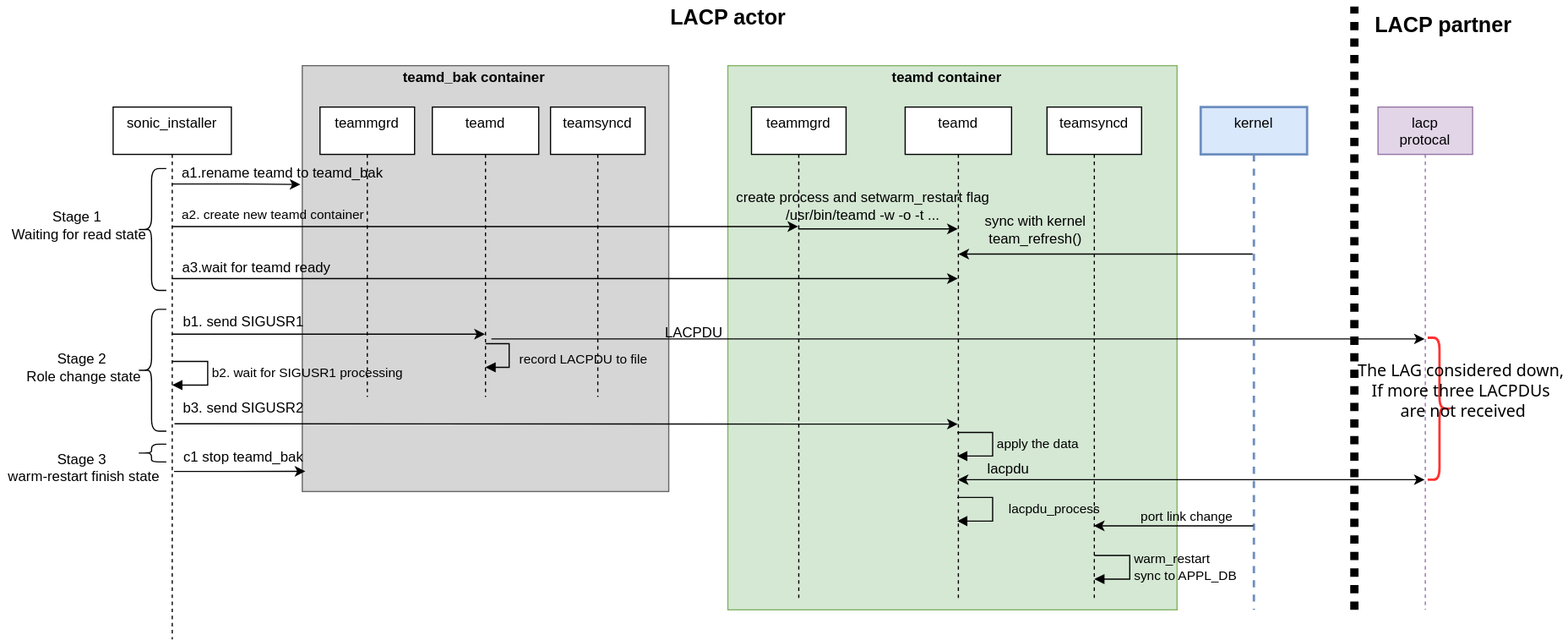
The draw.io diagram doc/lag/images/teamd_smooth_upgrade_flow.svg in sonic-net/SONiC, before a commit. Source tidied: cells renumbered, new cells last; positions are measured from the earlier drawing's top-left corner, leaving out a move shared by most shapes.
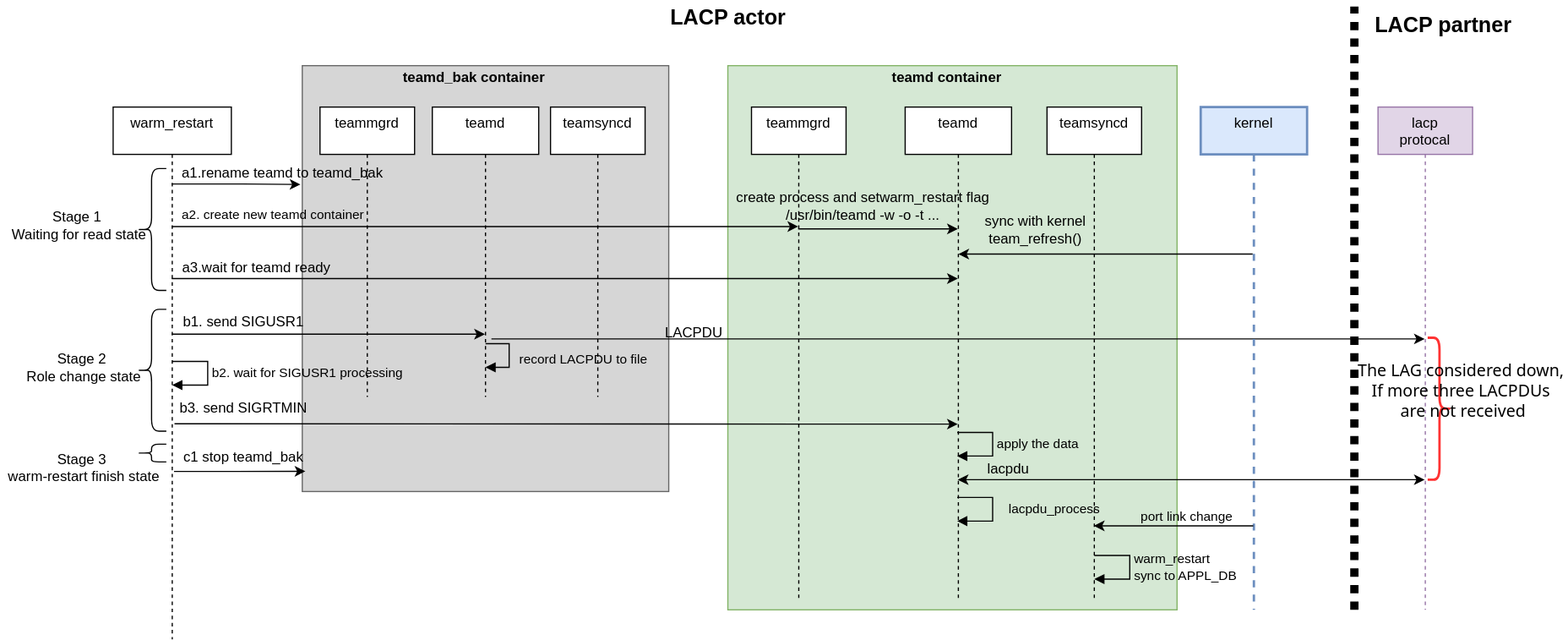
The same file after the commit.

Diff of the diagram source:
```diff
@@ -51,7 +51,7 @@
         </Array>
       </mxGeometry>
     </mxCell>
-    <mxCell id="12" value="sonic_installer" style="shape=umlLifeline;perimeter=lifelinePerimeter;whiteSpace=wrap;html=1;outlineConnect=0;verticalAlign=top;" parent="1" vertex="1">
+    <mxCell id="12" value="warm_restart" style="shape=umlLifeline;perimeter=lifelinePerimeter;whiteSpace=wrap;html=1;outlineConnect=0;verticalAlign=top;" parent="1" vertex="1">
       <mxGeometry x="95" y="90" width="100" height="450" as="geometry" />
     </mxCell>
     <mxCell id="13" value="b2. wait for SIGUSR1 processing&amp;nbsp;" style="edgeStyle=orthogonalEdgeStyle;html=1;align=left;spacingLeft=2;endArrow=block;rounded=0;entryX=1;entryY=0;labelBackgroundColor=none;" parent="12" edge="1">
@@ -198,7 +198,7 @@
         </Array>
       </mxGeometry>
     </mxCell>
-    <mxCell id="39" value="&lt;span style=&quot;&quot;&gt;b3. send SIGUSR2&lt;br&gt;&lt;/span&gt;" style="edgeLabel;html=1;align=center;verticalAlign=middle;fontSize=12;labelBackgroundColor=none;" parent="38" vertex="1">
+    <mxCell id="39" value="&lt;span style=&quot;&quot;&gt;b3. send SIGRTMIN&lt;br&gt;&lt;/span&gt;" style="edgeLabel;html=1;align=center;verticalAlign=middle;fontSize=12;labelBackgroundColor=none;" parent="38" vertex="1">
       <mxGeometry x="-0.71" relative="1" as="geometry">
         <mxPoint x="-39" y="-13" as="offset" />
       </mxGeometry>
```
